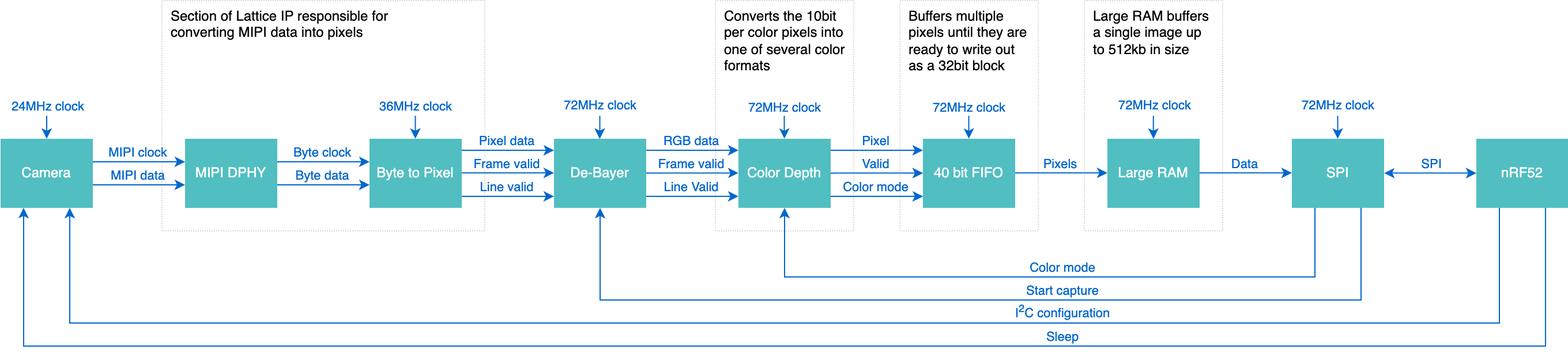
brilliantlabsAR/frame-codebase keeps this draw.io diagram as source/fpga/docs/camera-pipeline-architecture.drawio.png. Above is the earlier version. Source tidied: cells renumbered, new cells last; positions are measured from the earlier drawing's top-left corner, leaving out a move shared by most shapes.
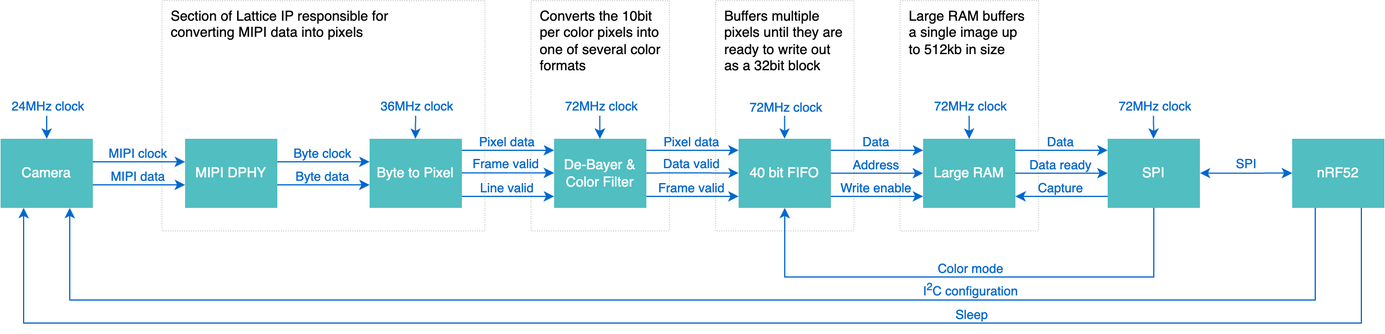
The same file after the commit.

Commit message:
Updated camera diagram

Diff of the diagram source:
```diff
@@ -14,12 +14,12 @@
     <mxCell id="5" value="Section of Lattice IP responsible for&lt;br style=&quot;border-color: var(--border-color);&quot;&gt;&lt;span style=&quot;&quot;&gt;converting MIPI data into pixels&lt;/span&gt;" style="rounded=0;whiteSpace=wrap;html=1;strokeColor=#D9D9D9;dashed=1;dashPattern=1 1;verticalAlign=top;align=left;spacingLeft=6;" parent="1" vertex="1">
-      <mxGeometry x="140" width="280" height="200" as="geometry" />
+      <mxGeometry x="300" width="280" height="200" as="geometry" />
     </mxCell>
     <mxCell id="6" value="MIPI DPHY" style="rounded=0;whiteSpace=wrap;html=1;labelBackgroundColor=none;strokeColor=none;fontColor=#FFFFFF;fillColor=#51bec1;" parent="1" vertex="1">
-      <mxGeometry x="160" y="120" width="80" height="60" as="geometry" />
+      <mxGeometry x="320" y="120" width="80" height="60" as="geometry" />
     </mxCell>
     <mxCell id="7" value="Byte to Pixel" style="rounded=0;whiteSpace=wrap;html=1;labelBackgroundColor=none;strokeColor=none;fontColor=#FFFFFF;fillColor=#51bec1;" parent="1" vertex="1">
-      <mxGeometry x="320" y="120" width="80" height="60" as="geometry" />
+      <mxGeometry x="480" y="120" width="80" height="60" as="geometry" />
     </mxCell>
-    <mxCell id="8" value="De-Bayer" style="rounded=0;whiteSpace=wrap;html=1;labelBackgroundColor=none;strokeColor=none;fontColor=#FFFFFF;fillColor=#51bec1;" parent="1" vertex="1">
-      <mxGeometry x="480" y="120" width="80" height="60" as="geometry" />
+    <mxCell id="8" value="De-Bayer &amp;amp;&lt;br&gt;Color Filter" style="rounded=0;whiteSpace=wrap;html=1;labelBackgroundColor=none;strokeColor=none;fontColor=#FFFFFF;fillColor=#51bec1;" parent="1" vertex="1">
+      <mxGeometry x="640" y="120" width="80" height="60" as="geometry" />
     </mxCell>
@@ -27,7 +27,7 @@
       <mxGeometry relative="1" as="geometry">
-        <mxPoint x="359.8" y="120" as="sourcePoint" />
-        <mxPoint x="360" y="100" as="targetPoint" />
+        <mxPoint x="519.8" y="120" as="sourcePoint" />
+        <mxPoint x="520" y="100" as="targetPoint" />
         <Array as="points">
-          <mxPoint x="359.8" y="100" />
-          <mxPoint x="359.8" y="100" />
+          <mxPoint x="519.8" y="100" />
+          <mxPoint x="519.8" y="100" />
         </Array>
@@ -40,5 +40,2 @@
     </mxCell>
-    <mxCell id="11" value="Color Depth" style="rounded=0;whiteSpace=wrap;html=1;labelBackgroundColor=none;strokeColor=none;fontColor=#FFFFFF;fillColor=#51bec1;" parent="1" vertex="1">
-      <mxGeometry x="640" y="120" width="80" height="60" as="geometry" />
-    </mxCell>
     <mxCell id="12" value="40 bit FIFO" style="rounded=0;whiteSpace=wrap;html=1;labelBackgroundColor=none;strokeColor=none;fontColor=#FFFFFF;fillColor=#51bec1;" parent="1" vertex="1">
@@ -51,7 +48,7 @@
       <mxGeometry relative="1" as="geometry">
-        <mxPoint x="320" y="140" as="sourcePoint" />
-        <mxPoint x="240" y="140" as="targetPoint" />
+        <mxPoint x="480" y="140" as="sourcePoint" />
+        <mxPoint x="400" y="140" as="targetPoint" />
         <Array as="points">
-          <mxPoint x="270" y="140" />
-          <mxPoint x="270" y="140" />
+          <mxPoint x="430" y="140" />
+          <mxPoint x="430" y="140" />
         </Array>
@@ -66,7 +63,7 @@
       <mxGeometry relative="1" as="geometry">
-        <mxPoint x="320" y="160" as="sourcePoint" />
-        <mxPoint x="240" y="160" as="targetPoint" />
+        <mxPoint x="480" y="160" as="sourcePoint" />
+        <mxPoint x="400" y="160" as="targetPoint" />
         <Array as="points">
-          <mxPoint x="270" y="160" />
-          <mxPoint x="270" y="160" />
+          <mxPoint x="430" y="160" />
+          <mxPoint x="430" y="160" />
         </Array>
@@ -81,7 +78,7 @@
       <mxGeometry relative="1" as="geometry">
-        <mxPoint x="480" y="130" as="sourcePoint" />
-        <mxPoint x="400" y="130" as="targetPoint" />
+        <mxPoint x="640" y="130" as="sourcePoint" />
+        <mxPoint x="560" y="130" as="targetPoint" />
         <Array as="points">
-          <mxPoint x="430" y="130" />
-          <mxPoint x="430" y="130" />
+          <mxPoint x="590" y="130" />
+          <mxPoint x="590" y="130" />
         </Array>
@@ -96,7 +93,7 @@
       <mxGeometry relative="1" as="geometry">
-        <mxPoint x="480" y="149.6" as="sourcePoint" />
-        <mxPoint x="400" y="149.6" as="targetPoint" />
+        <mxPoint x="640" y="149.6" as="sourcePoint" />
+        <mxPoint x="560" y="149.6" as="targetPoint" />
         <Array as="points">
-          <mxPoint x="430" y="149.6" />
-          <mxPoint x="430" y="149.6" />
+          <mxPoint x="590" y="149.6" />
+          <mxPoint x="590" y="149.6" />
         </Array>
@@ -111,7 +108,7 @@
       <mxGeometry relative="1" as="geometry">
-        <mxPoint x="480" y="170" as="sourcePoint" />
-        <mxPoint x="400" y="170" as="targetPoint" />
+        <mxPoint x="640" y="170" as="sourcePoint" />
+        <mxPoint x="560" y="170" as="targetPoint" />
         <Array as="points">
-          <mxPoint x="430" y="170" />
-          <mxPoint x="430" y="170" />
+          <mxPoint x="590" y="170" />
+          <mxPoint x="590" y="170" />
         </Array>
@@ -125,3 +122,3 @@
     <mxCell id="24" value="Camera" style="rounded=0;whiteSpace=wrap;html=1;labelBackgroundColor=none;strokeColor=none;fontColor=#FFFFFF;fillColor=#51bec1;" parent="1" vertex="1">
-      <mxGeometry y="120" width="80" height="60" as="geometry" />
+      <mxGeometry x="160" y="120" width="80" height="60" as="geometry" />
     </mxCell>
@@ -129,7 +126,7 @@
       <mxGeometry relative="1" as="geometry">
-        <mxPoint x="160" y="160" as="sourcePoint" />
-        <mxPoint x="80" y="160" as="targetPoint" />
+        <mxPoint x="320" y="160" as="sourcePoint" />
+        <mxPoint x="240" y="160" as="targetPoint" />
         <Array as="points">
-          <mxPoint x="110" y="160" />
-          <mxPoint x="110" y="160" />
+          <mxPoint x="270" y="160" />
+          <mxPoint x="270" y="160" />
         </Array>
@@ -144,7 +141,7 @@
       <mxGeometry relative="1" as="geometry">
-        <mxPoint x="160" y="140" as="sourcePoint" />
-        <mxPoint x="80" y="140" as="targetPoint" />
+        <mxPoint x="320" y="140" as="sourcePoint" />
+        <mxPoint x="240" y="140" as="targetPoint" />
         <Array as="points">
-          <mxPoint x="110" y="140" />
-          <mxPoint x="110" y="140" />
+          <mxPoint x="270" y="140" />
+          <mxPoint x="270" y="140" />
         </Array>
@@ -159,7 +156,7 @@
       <mxGeometry relative="1" as="geometry">
-        <mxPoint x="40" y="120" as="sourcePoint" />
-        <mxPoint x="40" y="100" as="targetPoint" />
+        <mxPoint x="200" y="120" as="sourcePoint" />
+        <mxPoint x="200" y="100" as="targetPoint" />
         <Array as="points">
-          <mxPoint x="40" y="100" />
-          <mxPoint x="40" y="100" />
+          <mxPoint x="200" y="100" />
+          <mxPoint x="200" y="100" />
         </Array>
@@ -172,20 +169,7 @@
     </mxCell>
-    <mxCell id="31" style="edgeStyle=orthogonalEdgeStyle;rounded=0;jettySize=auto;html=1;exitX=0.75;exitY=1;exitDx=0;exitDy=0;entryX=0.5;entryY=1;entryDx=0;entryDy=0;fontColor=#0066CC;strokeColor=#0066CC;" parent="1" edge="1" source="35" target="8">
-      <mxGeometry relative="1" as="geometry">
-        <Array as="points">
-          <mxPoint x="1180" y="260" />
-          <mxPoint x="520" y="260" />
-        </Array>
-      </mxGeometry>
-    </mxCell>
-    <mxCell id="32" value="Start capture" style="edgeLabel;html=1;align=center;verticalAlign=bottom;fontColor=#0066CC;" parent="31" vertex="1">
-      <mxGeometry x="0.03" y="1" relative="1" as="geometry">
-        <mxPoint x="83" y="-1" as="offset" />
-      </mxGeometry>
-    </mxCell>
-    <mxCell id="33" style="edgeStyle=orthogonalEdgeStyle;rounded=0;jettySize=auto;html=1;exitX=0.25;exitY=1;exitDx=0;exitDy=0;entryX=0.5;entryY=1;entryDx=0;entryDy=0;strokeColor=#0066CC;fontColor=#0066CC;" parent="1" edge="1" source="35" target="11">
+    <mxCell id="33" style="edgeStyle=orthogonalEdgeStyle;rounded=0;jettySize=auto;html=1;exitX=0.5;exitY=1;exitDx=0;exitDy=0;entryX=0.5;entryY=1;entryDx=0;entryDy=0;strokeColor=#0066CC;fontColor=#0066CC;" parent="1" edge="1" source="35" target="12">
       <mxGeometry relative="1" as="geometry">
         <Array as="points">
-          <mxPoint x="1140" y="240" />
-          <mxPoint x="680" y="240" />
+          <mxPoint x="1160" y="240" />
+          <mxPoint x="840" y="240" />
         </Array>
@@ -195,3 +179,3 @@
       <mxGeometry x="0.31" y="1" relative="1" as="geometry">
-        <mxPoint x="99" y="-1" as="offset" />
+        <mxPoint x="68" y="-1" as="offset" />
       </mxGeometry>
@@ -203,7 +187,7 @@
       <mxGeometry relative="1" as="geometry">
-        <mxPoint x="640" y="130" as="sourcePoint" />
-        <mxPoint x="560" y="130" as="targetPoint" />
+        <mxPoint x="800" y="130" as="sourcePoint" />
+        <mxPoint x="720" y="130" as="targetPoint" />
         <Array as="points">
-          <mxPoint x="590" y="130" />
-          <mxPoint x="590" y="130" />
+          <mxPoint x="750" y="130" />
+          <mxPoint x="750" y="130" />
         </Array>
@@ -211,3 +195,3 @@
     </mxCell>
-    <mxCell id="37" value="RGB data" style="edgeLabel;html=1;align=center;verticalAlign=bottom;rounded=0;labelBackgroundColor=none;fontColor=#0066CC;" parent="36" vertex="1">
+    <mxCell id="37" value="Pixel data" style="edgeLabel;html=1;align=center;verticalAlign=bottom;rounded=0;labelBackgroundColor=none;fontColor=#0066CC;" parent="36" vertex="1">
       <mxGeometry x="0.32" y="2" relative="1" as="geometry">
@@ -218,7 +202,7 @@
       <mxGeometry relative="1" as="geometry">
-        <mxPoint x="640" y="149.7" as="sourcePoint" />
-        <mxPoint x="560" y="149.7" as="targetPoint" />
+        <mxPoint x="800" y="149.7" as="sourcePoint" />
+        <mxPoint x="720" y="149.7" as="targetPoint" />
         <Array as="points">
-          <mxPoint x="590" y="149.7" />
-          <mxPoint x="590" y="149.7" />
+          <mxPoint x="750" y="149.7" />
+          <mxPoint x="750" y="149.7" />
         </Array>
@@ -226,3 +210,3 @@
     </mxCell>
-    <mxCell id="39" value="Frame valid" style="edgeLabel;html=1;align=center;verticalAlign=bottom;rounded=0;labelBackgroundColor=none;fontColor=#0066CC;" parent="38" vertex="1">
+    <mxCell id="39" value="Data valid" style="edgeLabel;html=1;align=center;verticalAlign=bottom;rounded=0;labelBackgroundColor=none;fontColor=#0066CC;" parent="38" vertex="1">
       <mxGeometry x="0.32" y="2" relative="1" as="geometry">
@@ -233,7 +217,7 @@
       <mxGeometry relative="1" as="geometry">
-        <mxPoint x="640" y="170" as="sourcePoint" />
-        <mxPoint x="560" y="170" as="targetPoint" />
+        <mxPoint x="800" y="170" as="sourcePoint" />
+        <mxPoint x="720" y="170" as="targetPoint" />
         <Array as="points">
-          <mxPoint x="590" y="170" />
-          <mxPoint x="590" y="170" />
+          <mxPoint x="750" y="170" />
+          <mxPoint x="750" y="170" />
         </Array>
@@ -241,3 +225,3 @@
     </mxCell>
-    <mxCell id="41" value="Line Valid" style="edgeLabel;html=1;align=center;verticalAlign=bottom;rounded=0;labelBackgroundColor=none;fontColor=#0066CC;" parent="40" vertex="1">
+    <mxCell id="41" value="Frame valid" style="edgeLabel;html=1;align=center;verticalAlign=bottom;rounded=0;labelBackgroundColor=none;fontColor=#0066CC;" parent="40" vertex="1">
       <mxGeometry x="0.32" y="2" relative="1" as="geometry">
@@ -246,39 +230,9 @@
     </mxCell>
-    <mxCell id="42" style="edgeStyle=orthogonalEdgeStyle;rounded=0;orthogonalLoop=1;jettySize=auto;html=1;startArrow=classic;startFill=1;endArrow=none;endFill=0;labelBackgroundColor=none;fontColor=#0066CC;strokeColor=#0066CC;" parent="1" edge="1">
-      <mxGeometry relative="1" as="geometry">
-        <mxPoint x="800" y="130" as="sourcePoint" />
-        <mxPoint x="720" y="130" as="targetPoint" />
-        <Array as="points">
-          <mxPoint x="750" y="130" />
-          <mxPoint x="750" y="130" />
-        </Array>
-      </mxGeometry>
-    </mxCell>
-    <mxCell id="43" value="Pixel" style="edgeLabel;html=1;align=center;verticalAlign=bottom;rounded=0;labelBackgroundColor=none;fontColor=#0066CC;" parent="42" vertex="1">
-      <mxGeometry x="0.32" y="2" relative="1" as="geometry">
-        <mxPoint x="11" y="-2" as="offset" />
-      </mxGeometry>
-    </mxCell>
-    <mxCell id="44" style="edgeStyle=orthogonalEdgeStyle;rounded=0;orthogonalLoop=1;jettySize=auto;html=1;startArrow=classic;startFill=1;endArrow=none;endFill=0;labelBackgroundColor=none;fontColor=#0066CC;strokeColor=#0066CC;" parent="1" edge="1">
-      <mxGeometry relative="1" as="geometry">
-        <mxPoint x="800" y="149.8" as="sourcePoint" />
-        <mxPoint x="720" y="149.8" as="targetPoint" />
-        <Array as="points">
-          <mxPoint x="750" y="149.8" />
-          <mxPoint x="750" y="149.8" />
-        </Array>
-      </mxGeometry>
-    </mxCell>
-    <mxCell id="45" value="Valid" style="edgeLabel;html=1;align=center;verticalAlign=bottom;rounded=0;labelBackgroundColor=none;fontColor=#0066CC;" parent="44" vertex="1">
-      <mxGeometry x="0.32" y="2" relative="1" as="geometry">
-        <mxPoint x="11" y="-2" as="offset" />
-      </mxGeometry>
-    </mxCell>
     <mxCell id="46" style="edgeStyle=orthogonalEdgeStyle;rounded=0;orthogonalLoop=1;jettySize=auto;html=1;startArrow=classic;startFill=1;endArrow=none;endFill=0;labelBackgroundColor=none;fontColor=#0066CC;strokeColor=#0066CC;" parent="1" edge="1">
       <mxGeometry relative="1" as="geometry">
-        <mxPoint x="960" y="149.6" as="sourcePoint" />
-        <mxPoint x="880" y="149.6" as="targetPoint" />
+        <mxPoint x="960" y="130" as="sourcePoint" />
+        <mxPoint x="880" y="130" as="targetPoint" />
         <Array as="points">
-          <mxPoint x="910" y="149.6" />
-          <mxPoint x="910" y="149.6" />
+          <mxPoint x="910" y="130" />
+          <mxPoint x="910" y="130" />
         </Array>
@@ -286,3 +240,3 @@
     </mxCell>
-    <mxCell id="47" value="Pixels" style="edgeLabel;html=1;align=center;verticalAlign=bottom;rounded=0;labelBackgroundColor=none;fontColor=#0066CC;" parent="46" vertex="1">
+    <mxCell id="47" value="Data" style="edgeLabel;html=1;align=center;verticalAlign=bottom;rounded=0;labelBackgroundColor=none;fontColor=#0066CC;" parent="46" vertex="1">
       <mxGeometry x="0.32" y="2" relative="1" as="geometry">
@@ -293,7 +247,7 @@
       <mxGeometry relative="1" as="geometry">
-        <mxPoint x="1120" y="149.6" as="sourcePoint" />
-        <mxPoint x="1040" y="149.6" as="targetPoint" />
+        <mxPoint x="1120" y="130" as="sourcePoint" />
+        <mxPoint x="1040" y="130" as="targetPoint" />
         <Array as="points">
-          <mxPoint x="1070" y="149.6" />
-          <mxPoint x="1070" y="149.6" />
+          <mxPoint x="1070" y="130" />
+          <mxPoint x="1070" y="130" />
         </Array>
@@ -309,4 +263,4 @@
         <Array as="points">
-          <mxPoint x="1300" y="280" />
-          <mxPoint x="60" y="280" />
+          <mxPoint x="1300" y="260" />
+          <mxPoint x="220" y="260" />
         </Array>
@@ -316,3 +270,3 @@
       <mxGeometry x="-0.35" y="1" relative="1" as="geometry">
-        <mxPoint x="-10" y="-1" as="offset" />
+        <mxPoint x="25" y="-1" as="offset" />
       </mxGeometry>
@@ -322,4 +276,4 @@
         <Array as="points">
-          <mxPoint x="1340" y="300" />
-          <mxPoint x="20" y="300" />
+          <mxPoint x="1340" y="280" />
+          <mxPoint x="180" y="280" />
         </Array>
@@ -329,3 +283,3 @@
       <mxGeometry x="-0.32" y="-1" relative="1" as="geometry">
-        <mxPoint x="-6" y="1" as="offset" />
+        <mxPoint x="26" y="1" as="offset" />
       </mxGeometry>
@@ -337,7 +291,7 @@
       <mxGeometry relative="1" as="geometry">
-        <mxPoint x="519.7" y="120" as="sourcePoint" />
-        <mxPoint x="520" y="100" as="targetPoint" />
+        <mxPoint x="679.7" y="120" as="sourcePoint" />
+        <mxPoint x="680" y="100" as="targetPoint" />
         <Array as="points">
-          <mxPoint x="519.7" y="100" />
-          <mxPoint x="519.7" y="100" />
+          <mxPoint x="679.7" y="100" />
+          <mxPoint x="679.7" y="100" />
         </Array>
@@ -350,17 +304,2 @@
     </mxCell>
-    <mxCell id="57" style="edgeStyle=orthogonalEdgeStyle;rounded=0;orthogonalLoop=1;jettySize=auto;html=1;startArrow=classic;startFill=1;endArrow=none;endFill=0;labelBackgroundColor=none;fontColor=#0066CC;strokeColor=#0066CC;" parent="1" edge="1">
-      <mxGeometry relative="1" as="geometry">
-        <mxPoint x="679.8" y="120" as="sourcePoint" />
-        <mxPoint x="680.2" y="100" as="targetPoint" />
-        <Array as="points">
-          <mxPoint x="679.8" y="100" />
-          <mxPoint x="679.8" y="100" />
-        </Array>
-      </mxGeometry>
-    </mxCell>
-    <mxCell id="58" value="72MHz clock" style="edgeLabel;html=1;align=center;verticalAlign=bottom;rounded=0;labelBackgroundColor=none;fontColor=#0066CC;" parent="57" vertex="1">
-      <mxGeometry x="0.32" y="2" relative="1" as="geometry">
-        <mxPoint x="2" y="-6" as="offset" />
-      </mxGeometry>
-    </mxCell>
     <mxCell id="59" style="edgeStyle=orthogonalEdgeStyle;rounded=0;jettySize=auto;html=1;startArrow=classic;startFill=1;endArrow=none;endFill=0;labelBackgroundColor=none;fontColor=#0066CC;strokeColor=#0066CC;" parent="1" edge="1" source="3">
@@ -433,17 +372,62 @@
     </mxCell>
-    <mxCell id="68" style="edgeStyle=orthogonalEdgeStyle;rounded=0;orthogonalLoop=1;jettySize=auto;html=1;startArrow=classic;startFill=1;endArrow=none;endFill=0;labelBackgroundColor=none;fontColor=#0066CC;strokeColor=#0066CC;" parent="1" edge="1">
-      <mxGeometry relative="1" as="geometry">
-        <mxPoint x="800" y="170" as="sourcePoint" />
-        <mxPoint x="720" y="170" as="targetPoint" />
-        <Array as="points">
-          <mxPoint x="750" y="170" />
-          <mxPoint x="750" y="170" />
-        </Array>
-      </mxGeometry>
-    </mxCell>
-    <mxCell id="69" value="Color mode" style="edgeLabel;html=1;align=center;verticalAlign=bottom;rounded=0;labelBackgroundColor=none;fontColor=#0066CC;" parent="68" vertex="1">
-      <mxGeometry x="0.32" y="2" relative="1" as="geometry">
-        <mxPoint x="11" y="-2" as="offset" />
-      </mxGeometry>
-    </mxCell>
+    <mxCell id="70" style="edgeStyle=orthogonalEdgeStyle;rounded=0;orthogonalLoop=1;jettySize=auto;html=1;startArrow=classic;startFill=1;endArrow=none;endFill=0;labelBackgroundColor=none;fontColor=#0066CC;strokeColor=#0066CC;" parent="1" edge="1">
+      <mxGeometry relative="1" as="geometry">
+        <mxPoint x="960" y="149.9" as="sourcePoint" />
+        <mxPoint x="880" y="149.9" as="targetPoint" />
+        <Array as="points">
+          <mxPoint x="910" y="149.9" />
+          <mxPoint x="910" y="149.9" />
+        </Array>
+      </mxGeometry>
+    </mxCell>
+    <mxCell id="71" value="Address" style="edgeLabel;html=1;align=center;verticalAlign=bottom;rounded=0;labelBackgroundColor=none;fontColor=#0066CC;" parent="70" vertex="1">
+      <mxGeometry x="0.32" y="2" relative="1" as="geometry">
+        <mxPoint x="11" y="-2" as="offset" />
+      </mxGeometry>
+    </mxCell>
+    <mxCell id="72" style="edgeStyle=orthogonalEdgeStyle;rounded=0;orthogonalLoop=1;jettySize=auto;html=1;startArrow=classic;startFill=1;endArrow=none;endFill=0;labelBackgroundColor=none;fontColor=#0066CC;strokeColor=#0066CC;" parent="1" edge="1">
+      <mxGeometry relative="1" as="geometry">
+        <mxPoint x="960" y="170" as="sourcePoint" />
+        <mxPoint x="880" y="170" as="targetPoint" />
+        <Array as="points">
+          <mxPoint x="930" y="170.1" />
+          <mxPoint x="930" y="170.1" />
+        </Array>
+      </mxGeometry>
+    </mxCell>
+    <mxCell id="73" value="Write enable" style="edgeLabel;html=1;align=center;verticalAlign=bottom;rounded=0;labelBackgroundColor=none;fontColor=#0066CC;" parent="72" vertex="1">
+      <mxGeometry x="0.32" y="2" relative="1" as="geometry">
+        <mxPoint x="11" y="-2" as="offset" />
+      </mxGeometry>
+    </mxCell>
+    <mxCell id="74" style="edgeStyle=orthogonalEdgeStyle;rounded=0;orthogonalLoop=1;jettySize=auto;html=1;startArrow=classic;startFill=1;endArrow=none;endFill=0;labelBackgroundColor=none;fontColor=#0066CC;strokeColor=#0066CC;" parent="1" edge="1">
+      <mxGeometry relative="1" as="geometry">
+        <mxPoint x="1120" y="149.9" as="sourcePoint" />
+        <mxPoint x="1040" y="149.9" as="targetPoint" />
+        <Array as="points">
+          <mxPoint x="1070" y="149.9" />
+          <mxPoint x="1070" y="149.9" />
+        </Array>
+      </mxGeometry>
+    </mxCell>
+    <mxCell id="75" value="Data ready" style="edgeLabel;html=1;align=center;verticalAlign=bottom;rounded=0;labelBackgroundColor=none;fontColor=#0066CC;" parent="74" vertex="1">
+      <mxGeometry x="0.32" y="2" relative="1" as="geometry">
+        <mxPoint x="11" y="-2" as="offset" />
+      </mxGeometry>
+    </mxCell>
+    <mxCell id="76" style="edgeStyle=orthogonalEdgeStyle;rounded=0;orthogonalLoop=1;jettySize=auto;html=1;startArrow=none;startFill=0;endArrow=classic;endFill=1;labelBackgroundColor=none;fontColor=#0066CC;strokeColor=#0066CC;" parent="1" edge="1">
+      <mxGeometry relative="1" as="geometry">
+        <mxPoint x="1120" y="170" as="sourcePoint" />
+        <mxPoint x="1040" y="170" as="targetPoint" />
+        <Array as="points">
+          <mxPoint x="1070" y="170" />
+          <mxPoint x="1070" y="170" />
+        </Array>
+      </mxGeometry>
+    </mxCell>
+    <mxCell id="77" value="Capture" style="edgeLabel;html=1;align=center;verticalAlign=bottom;rounded=0;labelBackgroundColor=none;fontColor=#0066CC;" parent="76" vertex="1">
+      <mxGeometry x="0.32" y="2" relative="1" as="geometry">
+        <mxPoint x="11" y="-2" as="offset" />
+      </mxGeometry>
+    </mxCell>
   </root>
```
